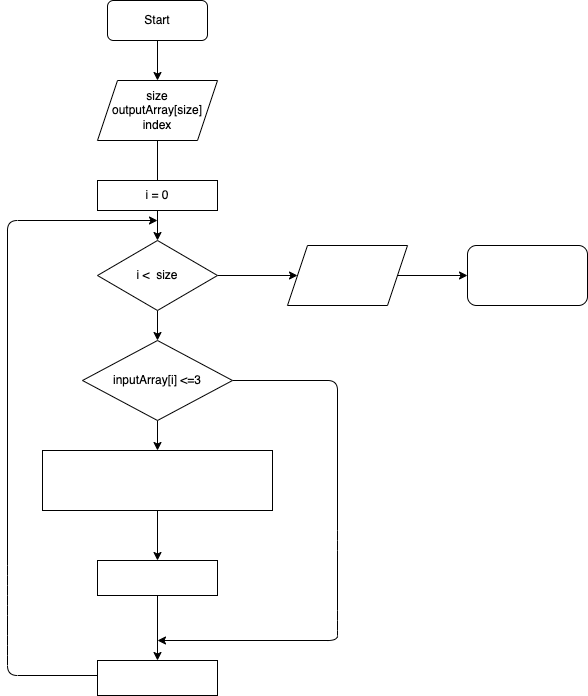
Above: diagram.drawio.png in ProYulia/FinalTestCSharp (draw.io), before the change. Source tidied: cells renumbered, new cells last; positions are measured from the earlier drawing's top-left corner, leaving out a move shared by most shapes.
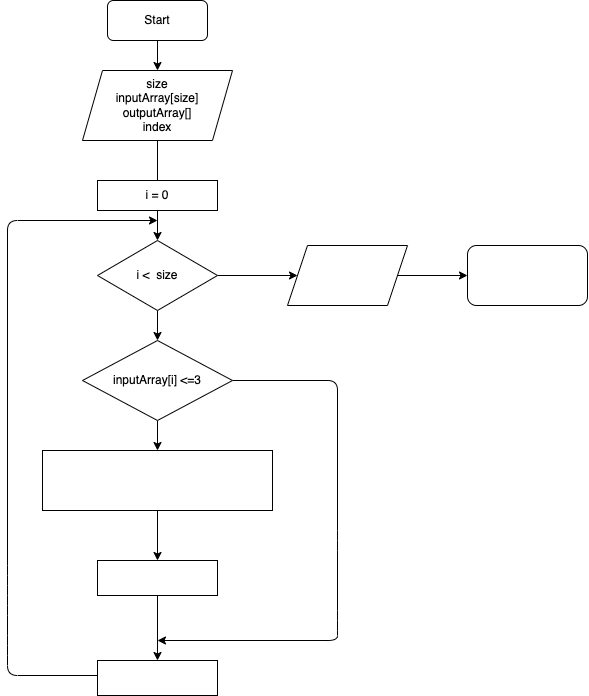
Above is the later version.

Commit message:
modifyed diagram

What changed in the source:
```diff
@@ -11,8 +11,8 @@
     <mxCell id="4" style="edgeStyle=none;html=1;fontColor=#FFFFFF;" parent="1" edge="1" source="5" target="9">
       <mxGeometry relative="1" as="geometry" />
     </mxCell>
-    <mxCell id="5" value="size&lt;br&gt;outputArray[size]&lt;br&gt;index" style="shape=parallelogram;perimeter=parallelogramPerimeter;whiteSpace=wrap;html=1;fixedSize=1;" parent="1" vertex="1">
-      <mxGeometry x="90" y="80" width="120" height="60" as="geometry" />
+    <mxCell id="5" value="size&lt;br&gt;inputArray[size]&lt;br&gt;outputArray[]&lt;br&gt;index" style="shape=parallelogram;perimeter=parallelogramPerimeter;whiteSpace=wrap;html=1;fixedSize=1;" parent="1" vertex="1">
+      <mxGeometry x="75" y="70" width="150" height="70" as="geometry" />
     </mxCell>
     <mxCell id="6" value="i = 0" style="rounded=0;whiteSpace=wrap;html=1;" parent="1" vertex="1">
       <mxGeometry x="90" y="180" width="120" height="30" as="geometry" />
```
